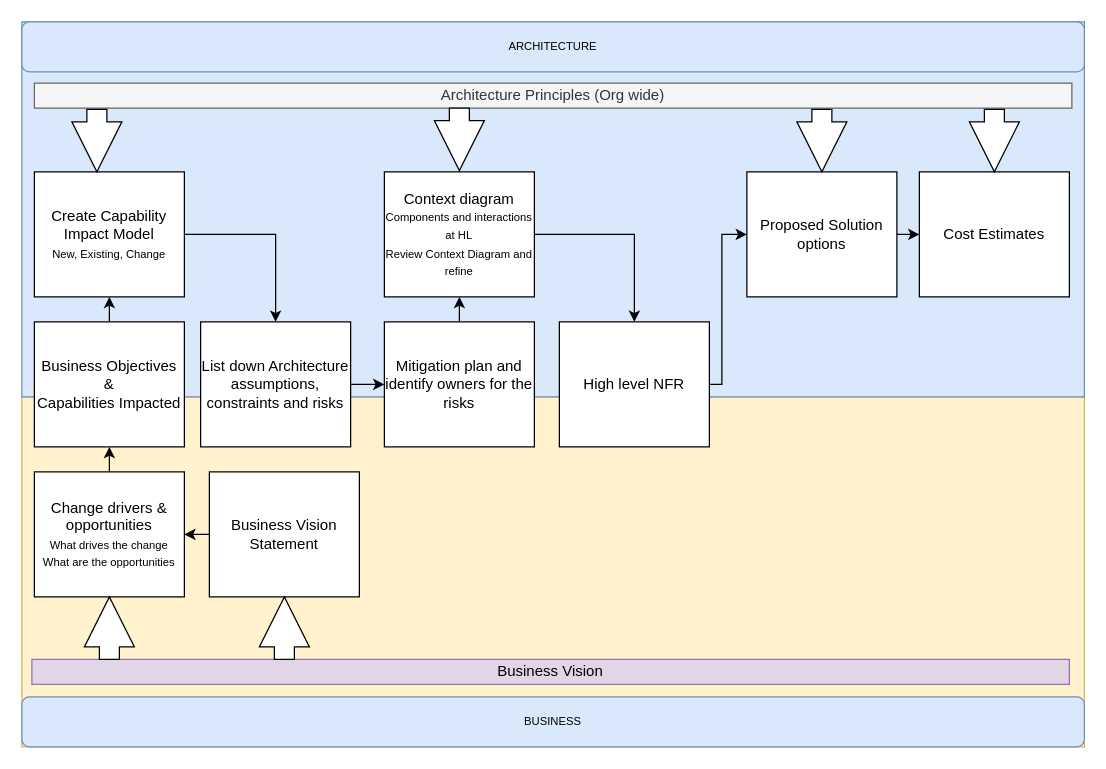
anwar-sadat85/solution-architecture keeps this draw.io diagram as Solution-Architecture_Process.drawio. Above is the earlier version. Source tidied: cells renumbered, new cells numbered last; positions are measured from the earlier drawing's top-left corner, leaving out a move shared by most shapes. Both pictures are drawn from the tidied source at 125%, with x=0, y=0 at pixel (21, 21).
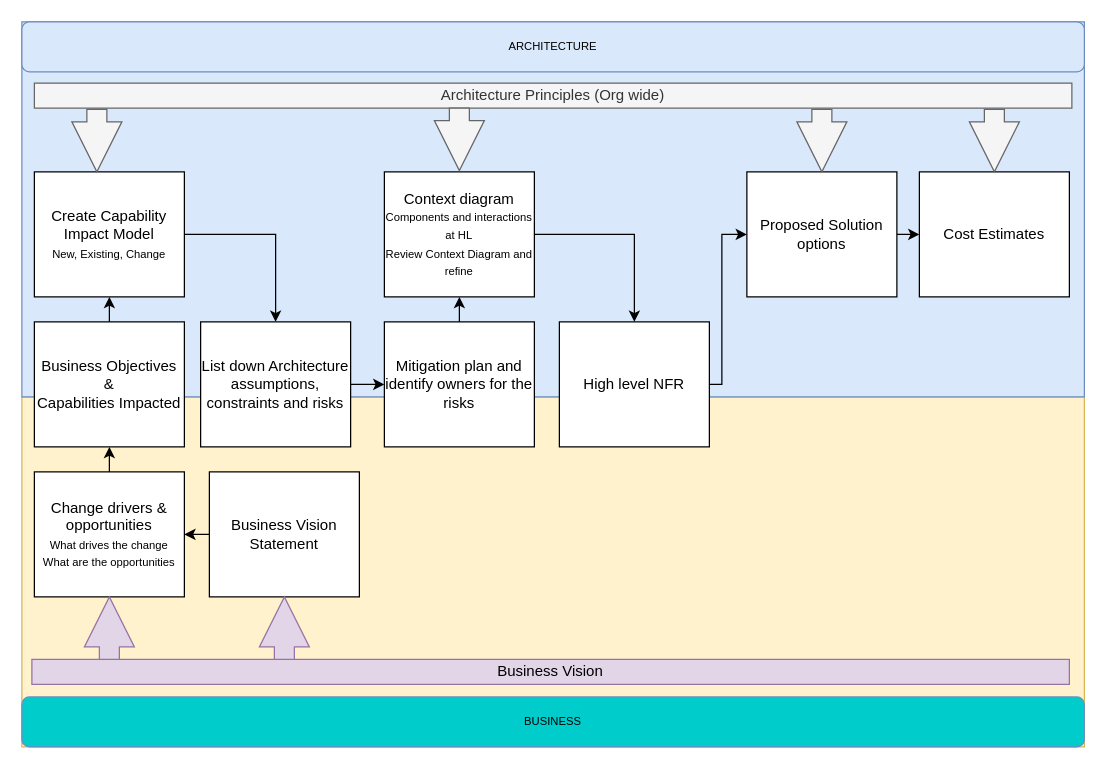
The same diagram, later.

Change to the diagram source:
```diff
@@
-    <mxCell id="24" value="BUSINESS" style="rounded=1;whiteSpace=wrap;html=1;fontSize=9;fillColor=#dae8fc;strokeColor=#6c8ebf;" parent="1" vertex="1">
+    <mxCell id="24" value="BUSINESS" style="rounded=1;whiteSpace=wrap;html=1;fontSize=9;fillColor=#00CCCC;strokeColor=#6c8ebf;" parent="1" vertex="1">
       <mxGeometry y="540" width="850" height="40" as="geometry" />
     </mxCell>
@@
-    <mxCell id="27" style="html=1;shadow=0;dashed=0;align=center;verticalAlign=middle;shape=mxgraph.arrows2.arrow;dy=0.6;dx=40;direction=north;notch=0;fontSize=9;" parent="1" vertex="1">
+    <mxCell id="27" style="html=1;shadow=0;dashed=0;align=center;verticalAlign=middle;shape=mxgraph.arrows2.arrow;dy=0.6;dx=40;direction=north;notch=0;fontSize=9;fillColor=#e1d5e7;strokeColor=#9673a6;" parent="1" vertex="1">
       <mxGeometry x="50" y="460" width="40" height="50" as="geometry" />
     </mxCell>
-    <mxCell id="28" style="html=1;shadow=0;dashed=0;align=center;verticalAlign=middle;shape=mxgraph.arrows2.arrow;dy=0.6;dx=40;direction=north;notch=0;fontSize=9;" parent="1" vertex="1">
+    <mxCell id="28" style="html=1;shadow=0;dashed=0;align=center;verticalAlign=middle;shape=mxgraph.arrows2.arrow;dy=0.6;dx=40;direction=north;notch=0;fontSize=9;fillColor=#e1d5e7;strokeColor=#9673a6;" parent="1" vertex="1">
       <mxGeometry x="190" y="460" width="40" height="50" as="geometry" />
     </mxCell>
-    <mxCell id="29" style="html=1;shadow=0;dashed=0;align=center;verticalAlign=middle;shape=mxgraph.arrows2.arrow;dy=0.6;dx=40;direction=south;notch=0;fontSize=9;" parent="1" vertex="1">
+    <mxCell id="29" style="html=1;shadow=0;dashed=0;align=center;verticalAlign=middle;shape=mxgraph.arrows2.arrow;dy=0.6;dx=40;direction=south;notch=0;fontSize=9;fillColor=#f5f5f5;fontColor=#333333;strokeColor=#666666;" parent="1" vertex="1">
       <mxGeometry x="40" y="70" width="40" height="50" as="geometry" />
     </mxCell>
-    <mxCell id="30" style="html=1;shadow=0;dashed=0;align=center;verticalAlign=middle;shape=mxgraph.arrows2.arrow;dy=0.6;dx=40;direction=south;notch=0;fontSize=9;" parent="1" vertex="1">
+    <mxCell id="30" style="html=1;shadow=0;dashed=0;align=center;verticalAlign=middle;shape=mxgraph.arrows2.arrow;dy=0.6;dx=40;direction=south;notch=0;fontSize=9;fillColor=#f5f5f5;fontColor=#333333;strokeColor=#666666;" parent="1" vertex="1">
       <mxGeometry x="330" y="69" width="40" height="50" as="geometry" />
     </mxCell>
-    <mxCell id="31" style="html=1;shadow=0;dashed=0;align=center;verticalAlign=middle;shape=mxgraph.arrows2.arrow;dy=0.6;dx=40;direction=south;notch=0;fontSize=9;" parent="1" vertex="1">
+    <mxCell id="31" style="html=1;shadow=0;dashed=0;align=center;verticalAlign=middle;shape=mxgraph.arrows2.arrow;dy=0.6;dx=40;direction=south;notch=0;fontSize=9;fillColor=#f5f5f5;fontColor=#333333;strokeColor=#666666;" parent="1" vertex="1">
       <mxGeometry x="620" y="70" width="40" height="50" as="geometry" />
     </mxCell>
-    <mxCell id="32" style="html=1;shadow=0;dashed=0;align=center;verticalAlign=middle;shape=mxgraph.arrows2.arrow;dy=0.6;dx=40;direction=south;notch=0;fontSize=9;" parent="1" vertex="1">
+    <mxCell id="32" style="html=1;shadow=0;dashed=0;align=center;verticalAlign=middle;shape=mxgraph.arrows2.arrow;dy=0.6;dx=40;direction=south;notch=0;fontSize=9;fillColor=#f5f5f5;fontColor=#333333;strokeColor=#666666;" parent="1" vertex="1">
       <mxGeometry x="758" y="70" width="40" height="50" as="geometry" />
     </mxCell>
```
